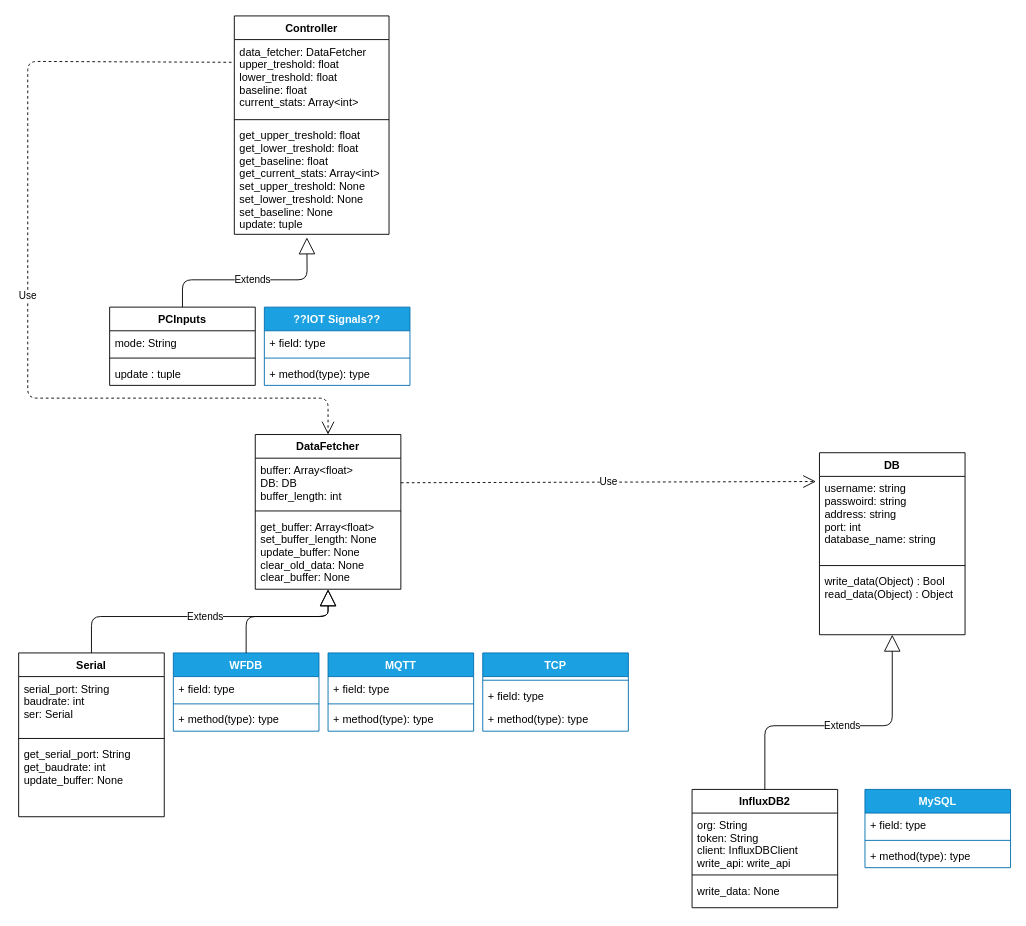
The draw.io diagram UML.drawio in Das-Horn/BIOSLAM-Project, before the edit. Source tidied: cells renumbered, new cells numbered last; positions are measured from the earlier drawing's top-left corner, leaving out a move shared by most shapes. Both pictures are drawn from the tidied source at 91%, with x=0, y=0 at pixel (18, 15).
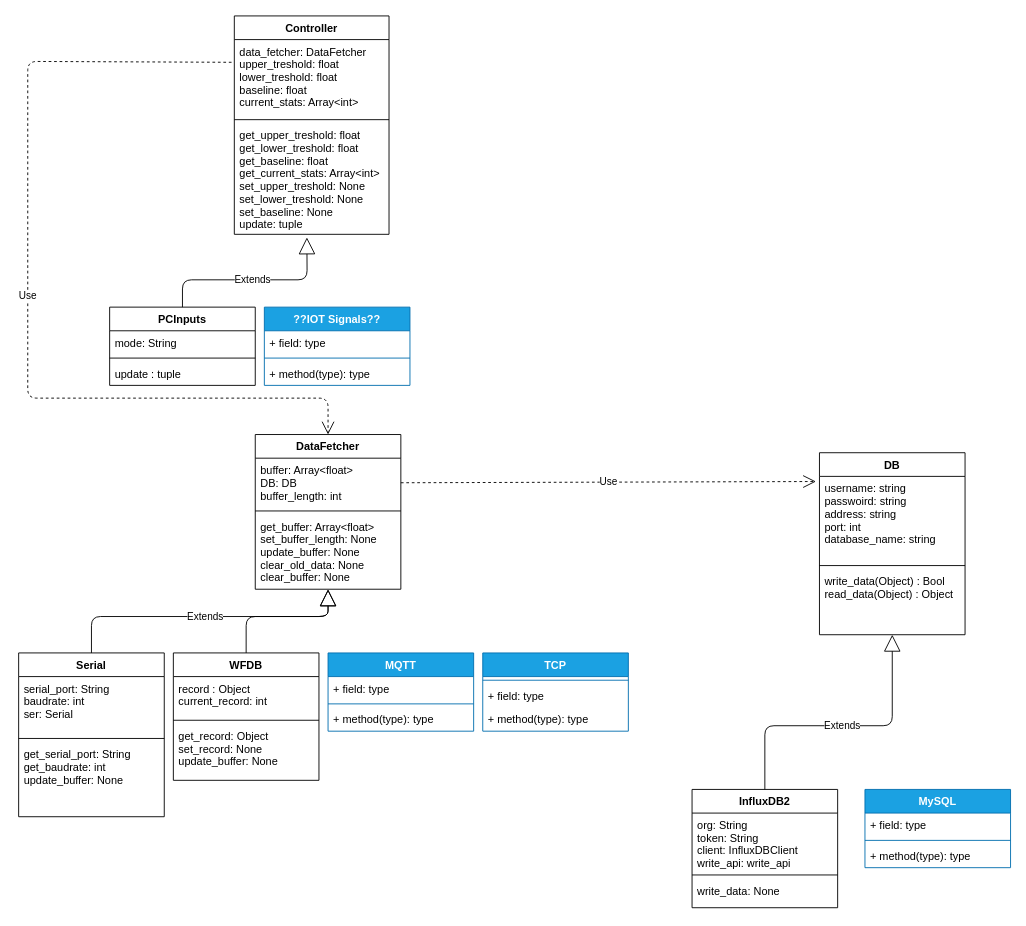
Above is the later version.

Diff of the diagram source:
```diff
@@
-    <mxCell id="31" value="WFDB" style="swimlane;fontStyle=1;align=center;verticalAlign=top;horizontal=1;startSize=26;fillColor=#1ba1e2;fontColor=#ffffff;strokeColor=#006EAF;" parent="1" vertex="1">
-      <mxGeometry x="170" y="700" width="160" height="86" as="geometry" />
+    <mxCell id="31" value="WFDB" style="swimlane;fontStyle=1;align=center;verticalAlign=top;horizontal=1;startSize=26;" parent="1" vertex="1">
+      <mxGeometry x="170" y="700" width="160" height="140" as="geometry" />
     </mxCell>
-    <mxCell id="32" value="+ field: type" style="text;strokeColor=none;fillColor=none;align=left;verticalAlign=top;spacingLeft=4;spacingRight=4;overflow=hidden;" parent="31" vertex="1">
-      <mxGeometry y="26" width="160" height="26" as="geometry" />
+    <mxCell id="32" value="record : Object&#10;current_record: int" style="text;strokeColor=none;fillColor=none;align=left;verticalAlign=top;spacingLeft=4;spacingRight=4;overflow=hidden;" parent="31" vertex="1">
+      <mxGeometry y="26" width="160" height="44" as="geometry" />
     </mxCell>
     <mxCell id="33" style="line;strokeWidth=1;fillColor=none;align=left;verticalAlign=middle;spacingTop=-1;spacingLeft=3;spacingRight=3;labelPosition=right;strokeColor=inherit;" parent="31" vertex="1">
-      <mxGeometry y="52" width="160" height="8" as="geometry" />
+      <mxGeometry y="70" width="160" height="8" as="geometry" />
     </mxCell>
-    <mxCell id="34" value="+ method(type): type" style="text;strokeColor=none;fillColor=none;align=left;verticalAlign=top;spacingLeft=4;spacingRight=4;overflow=hidden;" parent="31" vertex="1">
-      <mxGeometry y="60" width="160" height="26" as="geometry" />
+    <mxCell id="34" value="get_record: Object&#10;set_record: None&#10;update_buffer: None" style="text;strokeColor=none;fillColor=none;align=left;verticalAlign=top;spacingLeft=4;spacingRight=4;overflow=hidden;" parent="31" vertex="1">
+      <mxGeometry y="78" width="160" height="62" as="geometry" />
     </mxCell>
```
